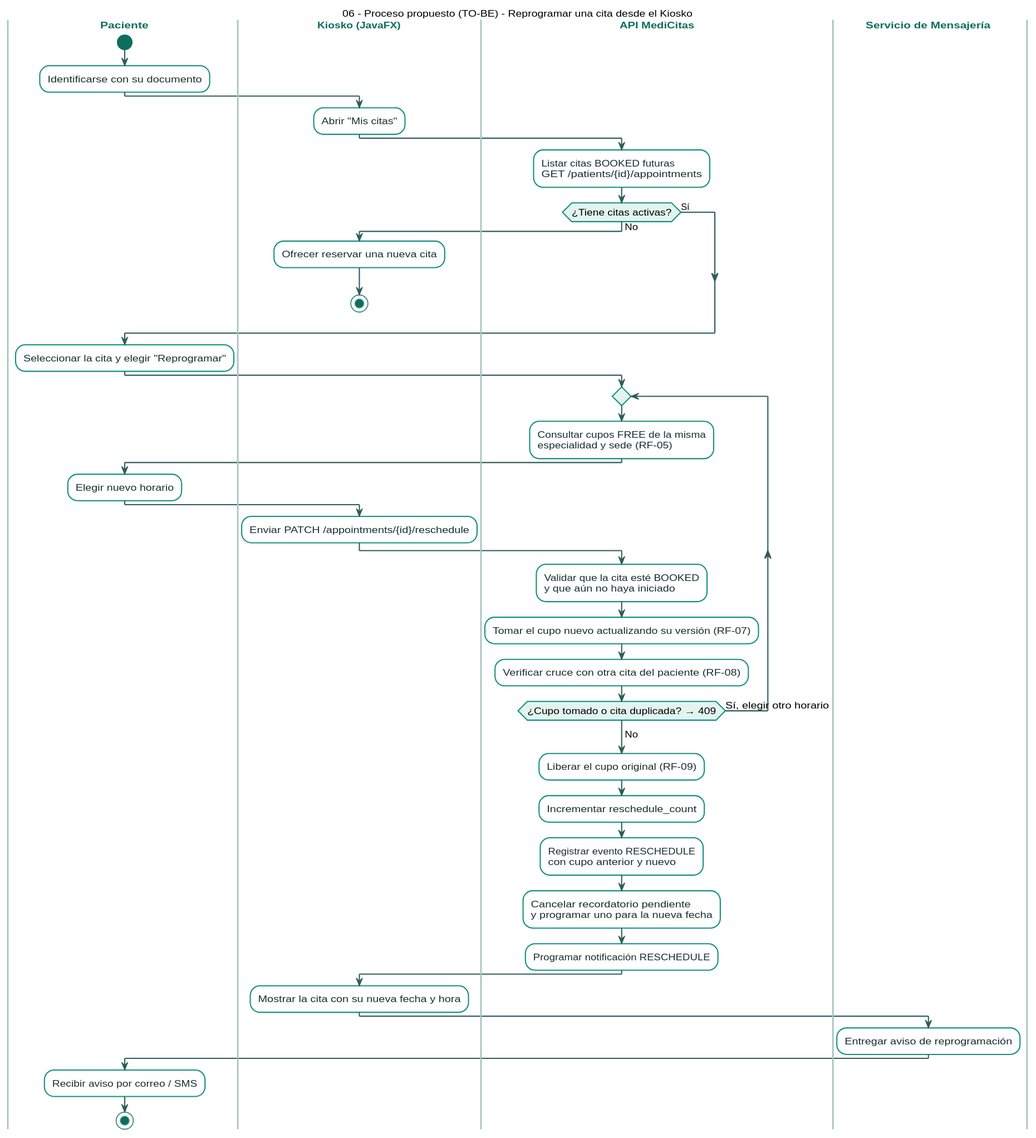
Before: docs/diagrams/img/06-process-reschedule.svg, a diagram exported from PlantUML (Jimena-CC/ProyectoCitasMedicas).
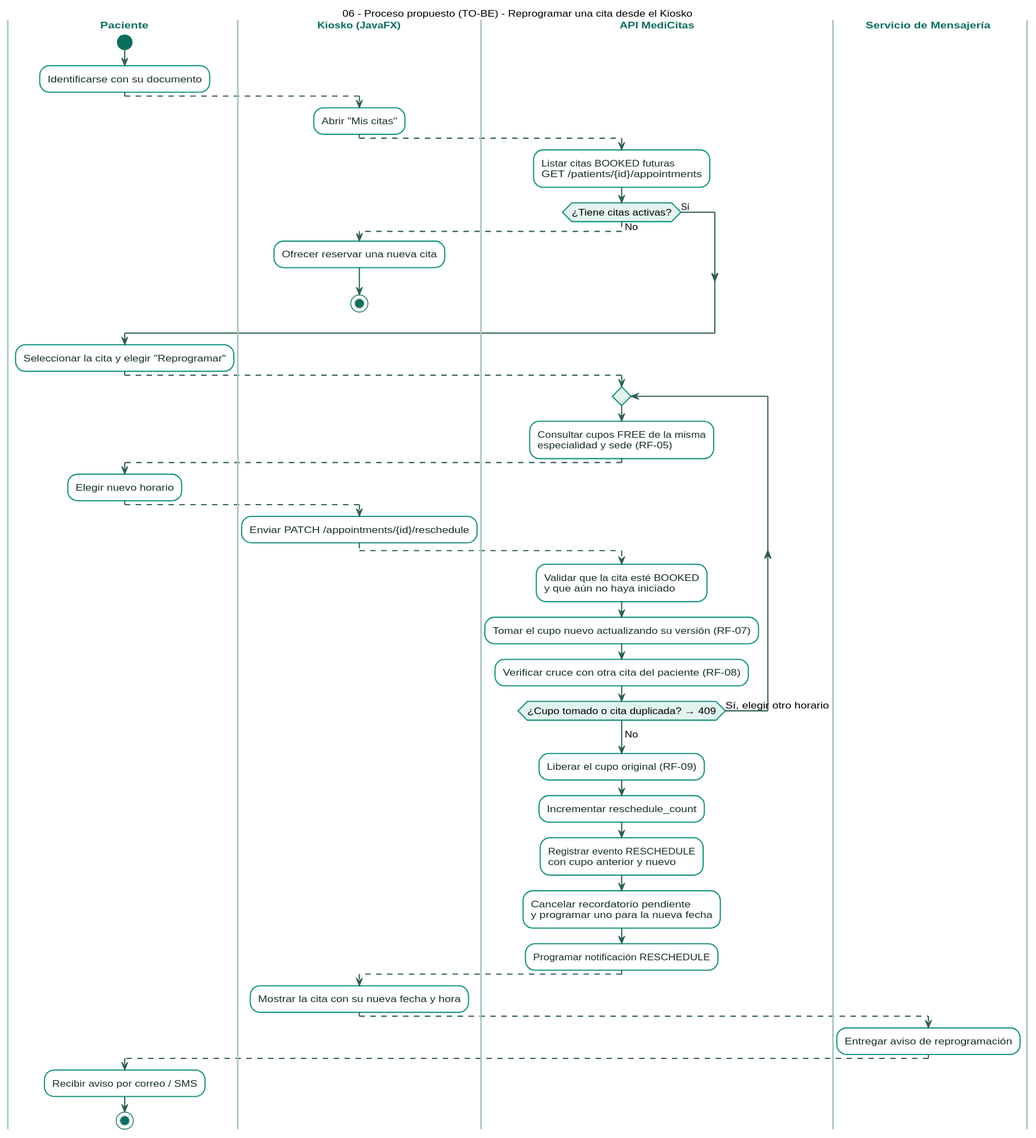
The same diagram one commit later.

The edit, as a diff of the source:
```diff
@@ -32,35 +32,40 @@
 |Paciente|
 start
 :Identificarse con su documento;
+-[#2F5D56,dashed]->
 
 |Kiosko (JavaFX)|
 :Abrir "Mis citas";
+-[#2F5D56,dashed]->
 
 |API MediCitas|
-:Listar citas BOOKED futuras
-GET /patients/{id}/appointments;
+:Listar citas BOOKED futuras\nGET /patients/{id}/appointments;
 
 if (¿Tiene citas activas?) then (No)
+  -[#2F5D56,dashed]->
   |Kiosko (JavaFX)|
   :Ofrecer reservar una nueva cita;
   stop
 else (Sí)
 endif
+-[#2F5D56,dashed]->
 
 |Paciente|
 :Seleccionar la cita y elegir "Reprogramar";
+-[#2F5D56,dashed]->
 
 repeat
   |API MediCitas|
-  :Consultar cupos FREE de la misma
-  especialidad y sede (RF-05);
+  :Consultar cupos FREE de la misma\nespecialidad y sede (RF-05);
+  -[#2F5D56,dashed]->
   |Paciente|
   :Elegir nuevo horario;
+  -[#2F5D56,dashed]->
   |Kiosko (JavaFX)|
   :Enviar PATCH /appointments/{id}/reschedule;
+  -[#2F5D56,dashed]->
   |API MediCitas|
-  :Validar que la cita esté BOOKED
-  y que aún no haya iniciado;
+  :Validar que la cita esté BOOKED\ny que aún no haya iniciado;
   :Tomar el cupo nuevo actualizando su versión (RF-07);
   :Verificar cruce con otra cita del paciente (RF-08);
 repeat while (¿Cupo tomado o cita duplicada? → 409) is (Sí, elegir otro horario)
@@ -68,17 +73,18 @@
 
 :Liberar el cupo original (RF-09);
 :Incrementar reschedule_count;
-:Registrar evento RESCHEDULE
-con cupo anterior y nuevo;
-:Cancelar recordatorio pendiente
-y programar uno para la nueva fecha;
+:Registrar evento RESCHEDULE\ncon cupo anterior y nuevo;
+:Cancelar recordatorio pendiente\ny programar uno para la nueva fecha;
 :Programar notificación RESCHEDULE;
+-[#2F5D56,dashed]->
 
 |Kiosko (JavaFX)|
 :Mostrar la cita con su nueva fecha y hora;
+-[#2F5D56,dashed]->
 
 |Servicio de Mensajería|
 :Entregar aviso de reprogramación;
+-[#2F5D56,dashed]->
 
 |Paciente|
 :Recibir aviso por correo / SMS;
```
